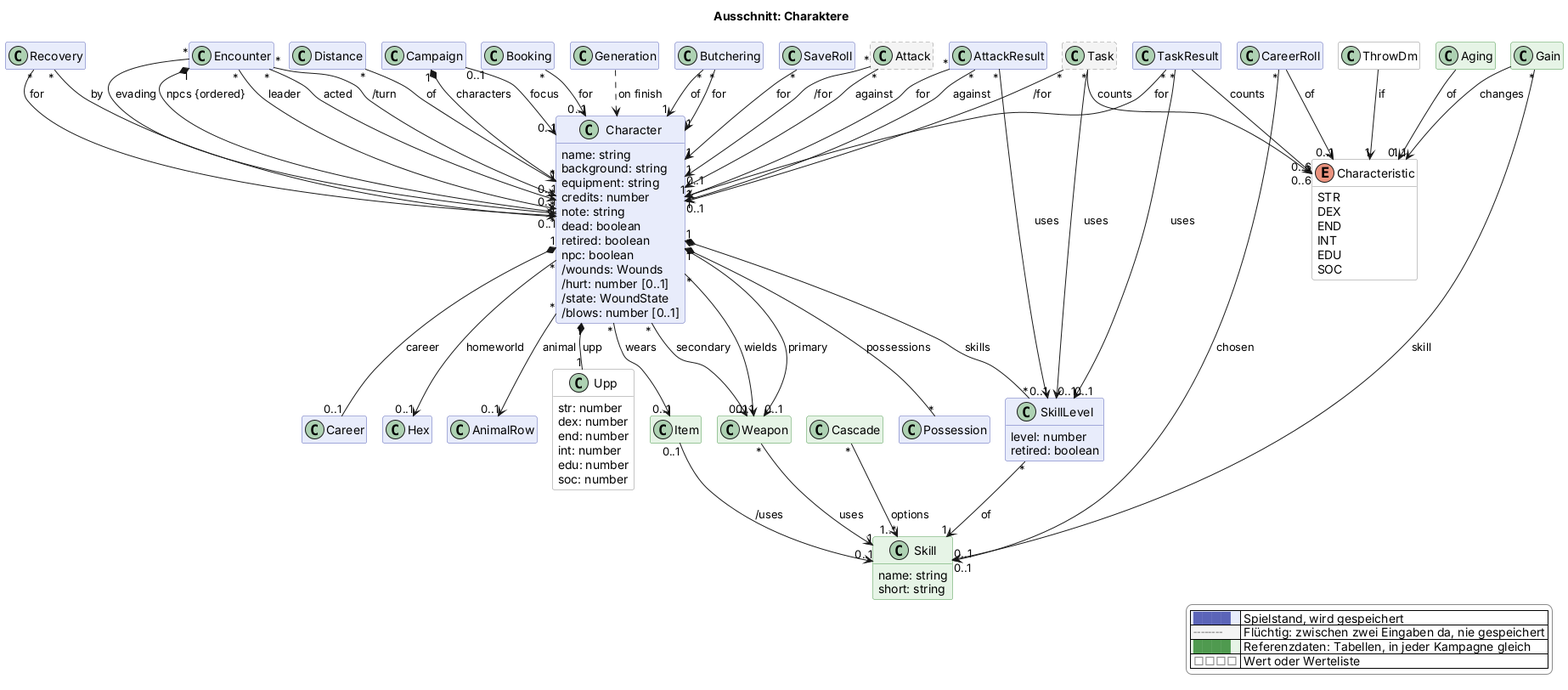
scuzzar/SRE keeps this PlantUML diagram as docs/views/charakter.png. Above is the earlier version.
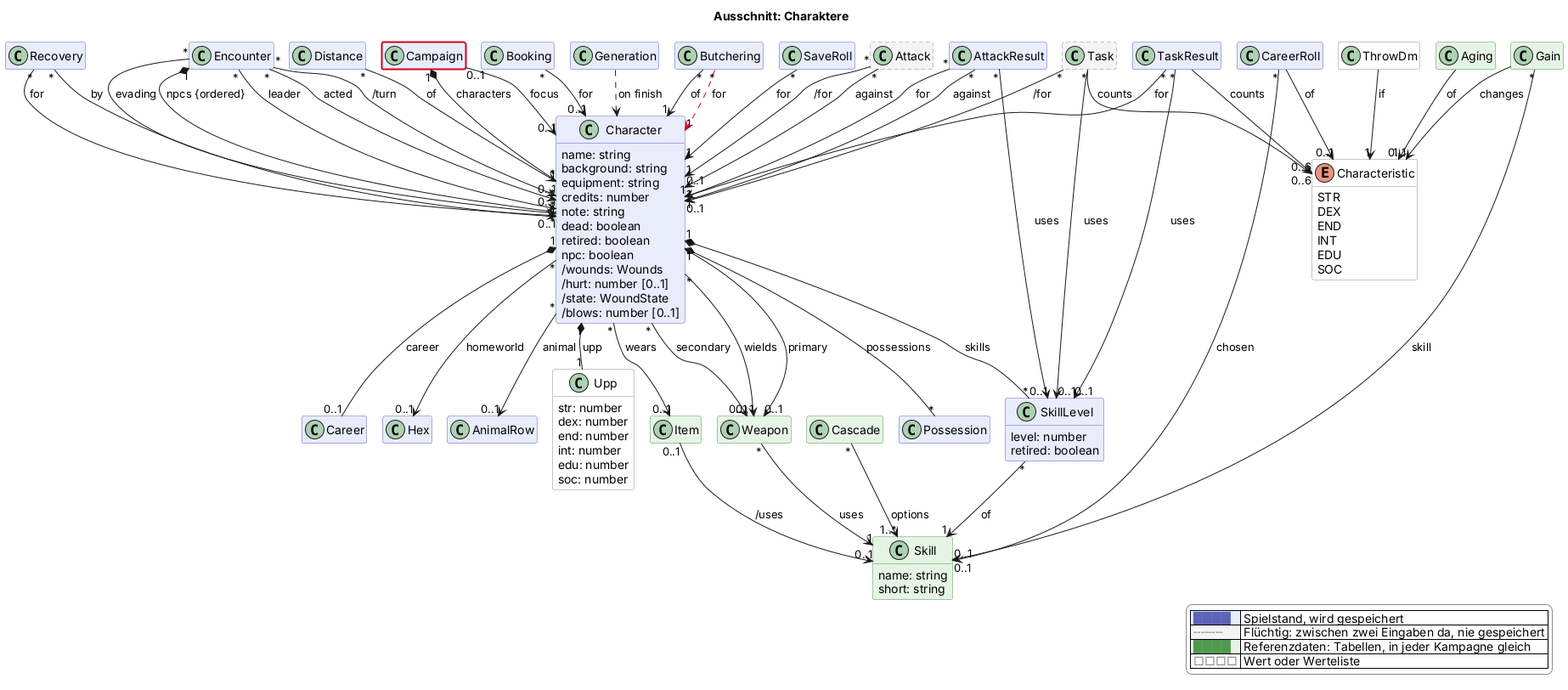
Later version of the same file.

Diff of the diagram source:
```diff
@@ -164,7 +164,7 @@
 Recovery "*" --> "1" Character : for
 Recovery "*" --> "0..1" Character : by
 Butchering "*" --> "1" Character : of
-Butchering "*" --> "1" Character : for
+Butchering "*" -$goneArrow("2026-11-13b")-> "1" Character : for
 TaskResult "*" --> "1" Character : for
 TaskResult "*" --> "0..1" SkillLevel : uses
 TaskResult --> "0..6" Characteristic : counts
@@ -197,4 +197,5 @@
   |<#e6f4e6> <color:#4f9a4f>████</color> | Referenzdaten: Tabellen, in jeder Kampagne gleich |
   |<#ffffff> <color:#8a8a8a>□□□□</color> | Wert oder Werteliste |
 endlegend
+class Campaign #line:d0021b;line.bold
 @enduml
```
